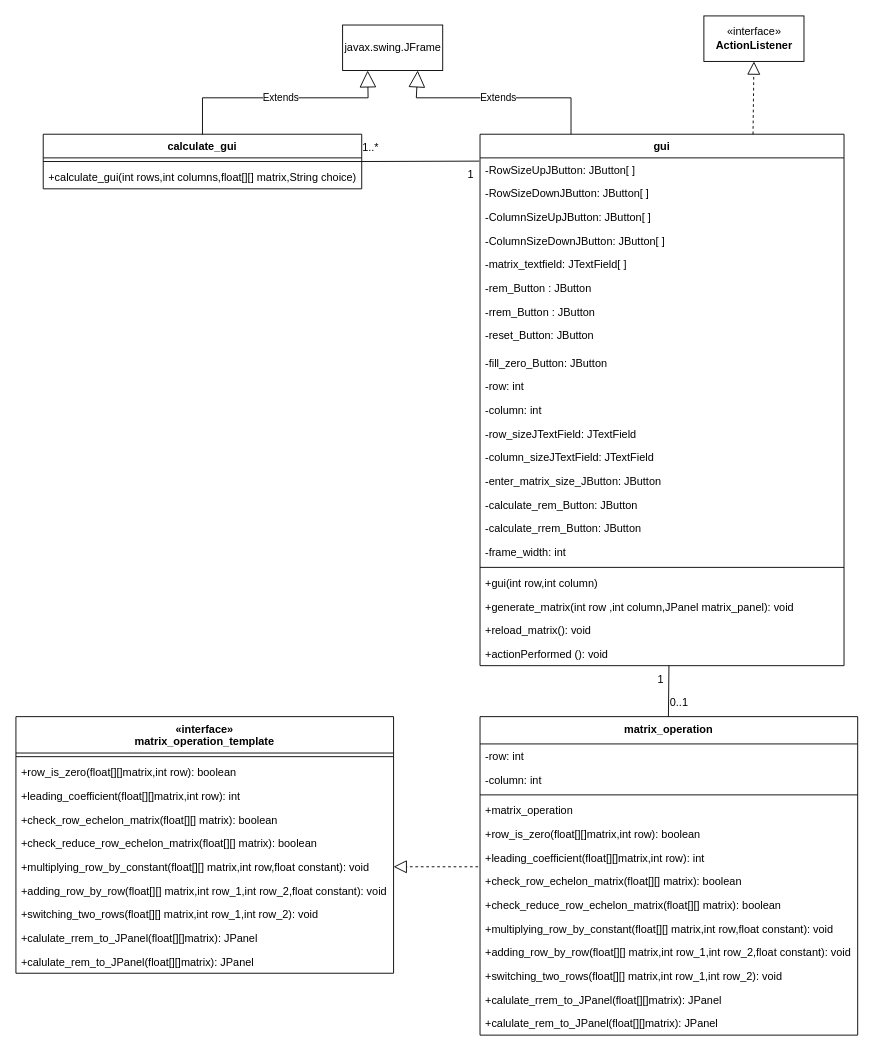
Above: final/diagram/matrix_class_diagram.drawio in lsealedl/Row_Echelon_Matrix (draw.io), before the change. Source tidied: cells renumbered, new cells numbered last; positions are measured from the earlier drawing's top-left corner, leaving out a move shared by most shapes. Both pictures are drawn from the tidied source at 91%, with x=0, y=0 at pixel (15, 15).
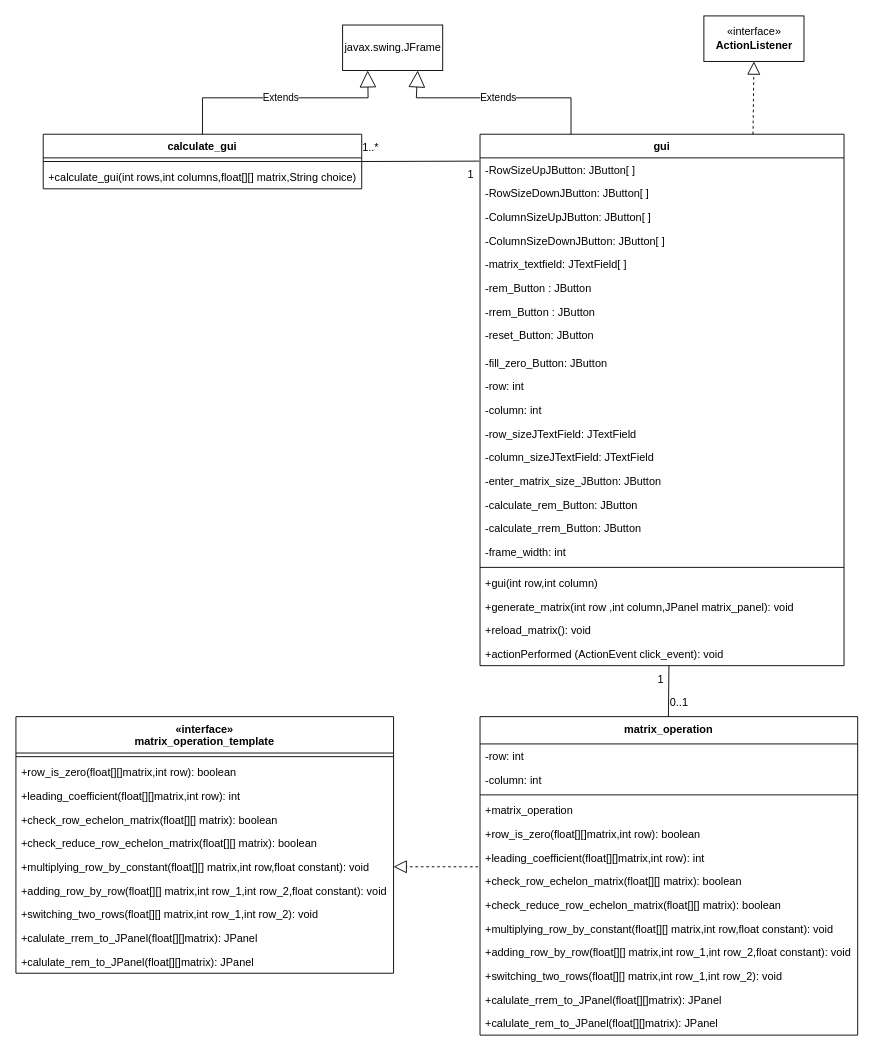
Above is the later version.

Unchanged cells that the change refers to:
```xml
<mxCell id="2" value="gui" style="swimlane;fontStyle=1;align=center;verticalAlign=top;horizontal=1;startSize=26;rounded=0;shadow=0;strokeWidth=1;" parent="1" vertex="1">
  <mxGeometry x="510" y="130" width="400" height="584" as="geometry" />
</mxCell>
```

Diff of the diagram source:
```diff
@@
-    <mxCell id="24" value="+actionPerformed (): void" style="text;align=left;verticalAlign=top;spacingLeft=4;spacingRight=4;overflow=hidden;points=[[0,0.5],[1,0.5]];portConstraint=eastwest;rounded=0;shadow=0;html=0;" parent="2" vertex="1">
+    <mxCell id="24" value="+actionPerformed (ActionEvent click_event): void" style="text;align=left;verticalAlign=top;spacingLeft=4;spacingRight=4;overflow=hidden;points=[[0,0.5],[1,0.5]];portConstraint=eastwest;rounded=0;shadow=0;html=0;" parent="2" vertex="1">
       <mxGeometry y="558" width="400" height="26" as="geometry" />
     </mxCell>
```
